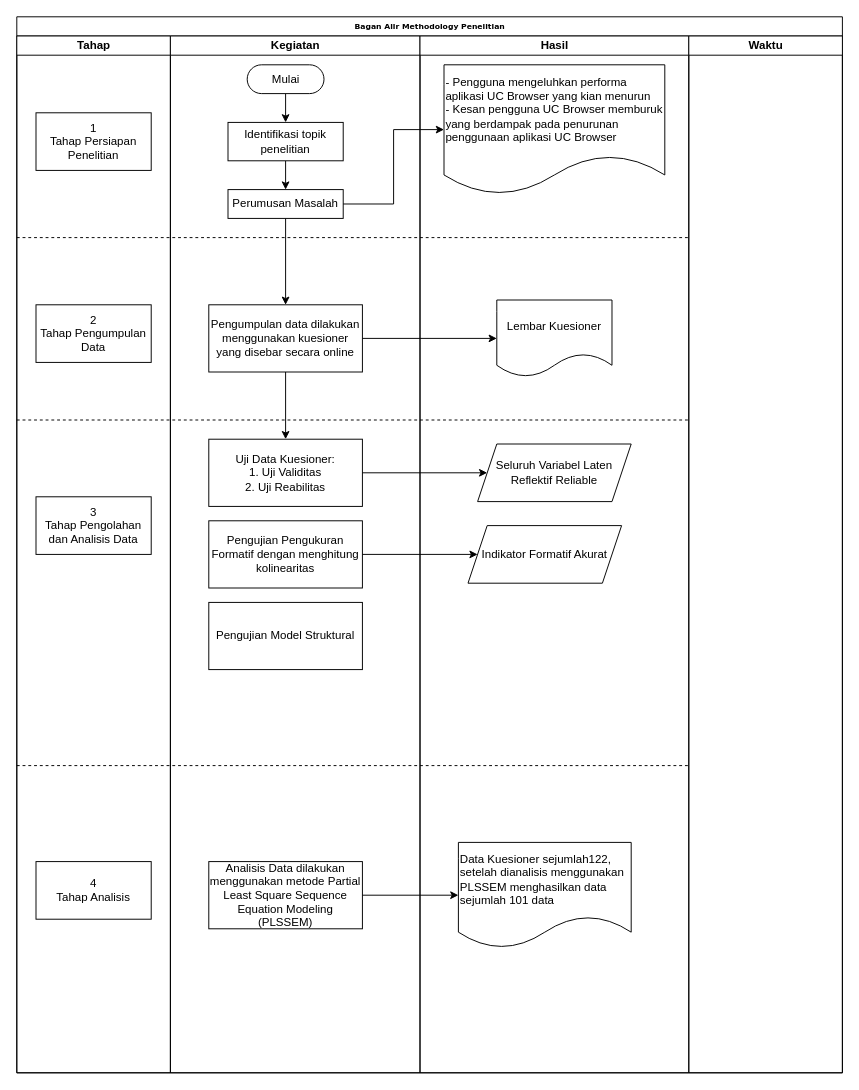
Before: Methodology Penelitian/Untitled Diagram.drawio in dikako/Kuliah, a draw.io diagram. Source tidied: cells renumbered, new cells numbered last; positions are measured from the earlier drawing's top-left corner, leaving out a move shared by most shapes. Both pictures are drawn from the tidied source at 96%, with x=0, y=0 at pixel (16, 16).
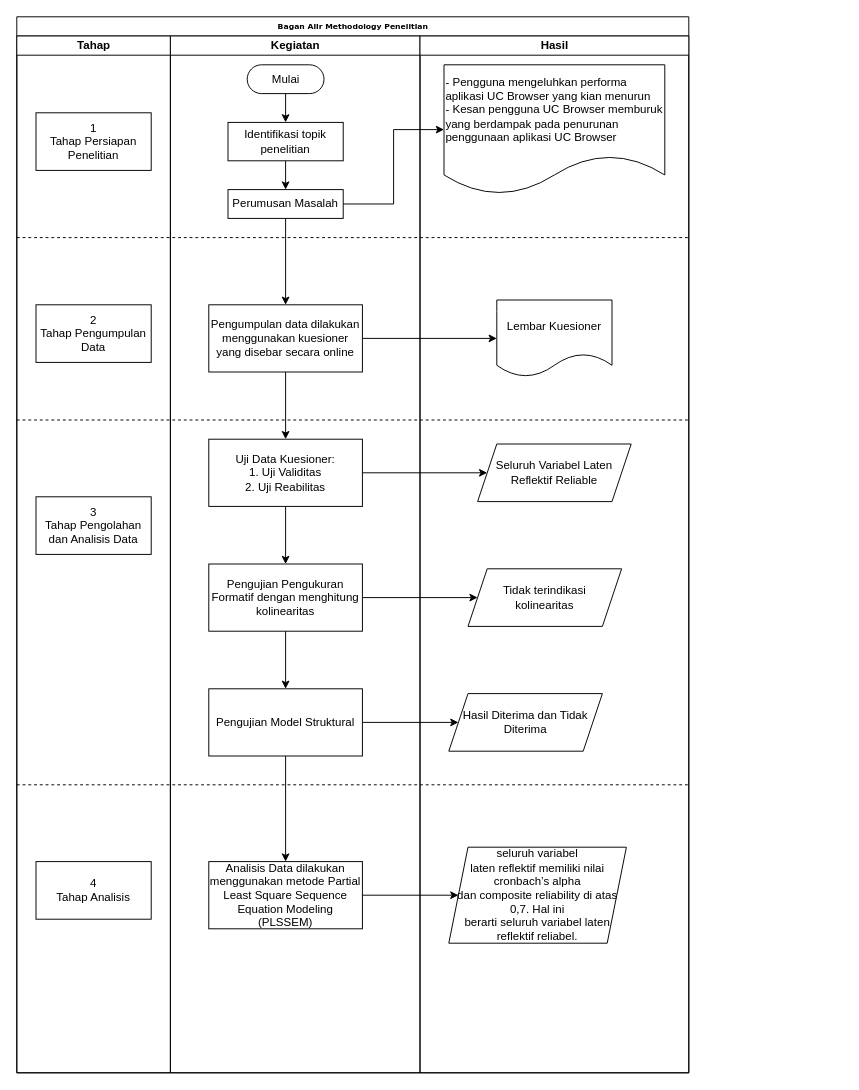
Above is the later version.

Commit message:
Update Full Flowchart

The change refers to these unchanged cells:
```xml
<mxCell id="3" value="Tahap" style="swimlane;html=1;startSize=20;" parent="2" vertex="1">
  <mxGeometry y="20" width="160" height="1080" as="geometry" />
</mxCell>
<mxCell id="8" value="Kegiatan" style="swimlane;html=1;startSize=20;" parent="2" vertex="1">
  <mxGeometry x="160" y="20" width="260" height="1080" as="geometry" />
</mxCell>
<mxCell id="18" value="Analisis Data dilakukan menggunakan metode Partial Least Square Sequence Equation Modeling (PLSSEM)" style="rounded=0;whiteSpace=wrap;html=1;" parent="8" vertex="1">
  <mxGeometry x="40" y="860" width="160" height="70" as="geometry" />
</mxCell>
<mxCell id="20" value="Uji Data Kuesioner:&lt;br&gt;1. Uji Validitas&lt;br&gt;2. Uji Reabilitas" style="rounded=0;whiteSpace=wrap;html=1;" parent="8" vertex="1">
  <mxGeometry x="40" y="420" width="160" height="70" as="geometry" />
</mxCell>
<mxCell id="24" value="Hasil" style="swimlane;html=1;startSize=20;" parent="2" vertex="1">
  <mxGeometry x="420" y="20" width="280" height="1080" as="geometry" />
</mxCell>
```

Diff of the diagram source:
```diff
@@
     <mxCell id="2" value="Bagan Alir Methodology Penelitian" style="swimlane;html=1;startSize=20;rounded=0;shadow=0;labelBackgroundColor=none;strokeWidth=1;fontFamily=Verdana;fontSize=8;align=center;" parent="1" vertex="1">
-      <mxGeometry width="860" height="1100" as="geometry" />
+      <mxGeometry width="700" height="1100" as="geometry" />
     </mxCell>
@@
+    <mxCell id="19" style="endArrow=none;dashed=1;html=1;" parent="3" edge="1">
+      <mxGeometry relative="1" as="geometry">
+        <mxPoint y="780" as="sourcePoint" />
+        <mxPoint x="700" y="780" as="targetPoint" />
+      </mxGeometry>
+    </mxCell>
@@
-    <mxCell id="19" style="endArrow=none;dashed=1;html=1;" parent="8" edge="1">
-      <mxGeometry relative="1" as="geometry">
-        <mxPoint x="-160" y="760" as="sourcePoint" />
-        <mxPoint x="540" y="760" as="targetPoint" />
-      </mxGeometry>
-    </mxCell>
+    <mxCell id="36" style="edgeStyle=orthogonalEdgeStyle;rounded=0;jettySize=auto;html=1;exitX=0.5;exitY=1;exitDx=0;exitDy=0;entryX=0.5;entryY=0;entryDx=0;entryDy=0;" parent="8" edge="1" source="20" target="21">
+      <mxGeometry relative="1" as="geometry" />
+    </mxCell>
@@
+    <mxCell id="37" style="edgeStyle=orthogonalEdgeStyle;rounded=0;jettySize=auto;html=1;exitX=0.5;exitY=1;exitDx=0;exitDy=0;entryX=0.5;entryY=0;entryDx=0;entryDy=0;" parent="8" edge="1" source="21" target="22">
+      <mxGeometry relative="1" as="geometry" />
+    </mxCell>
     <mxCell id="21" value="Pengujian Pengukuran Formatif dengan menghitung kolinearitas" style="rounded=0;whiteSpace=wrap;html=1;" parent="8" vertex="1">
-      <mxGeometry x="40" y="505" width="160" height="70" as="geometry" />
+      <mxGeometry x="40" y="550" width="160" height="70" as="geometry" />
     </mxCell>
+    <mxCell id="38" style="edgeStyle=orthogonalEdgeStyle;rounded=0;jettySize=auto;html=1;exitX=0.5;exitY=1;exitDx=0;exitDy=0;entryX=0.5;entryY=0;entryDx=0;entryDy=0;" parent="8" edge="1" source="22" target="18">
+      <mxGeometry relative="1" as="geometry" />
+    </mxCell>
     <mxCell id="22" value="Pengujian Model Struktural" style="rounded=0;whiteSpace=wrap;html=1;" parent="8" vertex="1">
-      <mxGeometry x="40" y="590" width="160" height="70" as="geometry" />
+      <mxGeometry x="40" y="680" width="160" height="70" as="geometry" />
     </mxCell>
-    <mxCell id="23" style="edgeStyle=orthogonalEdgeStyle;rounded=0;jettySize=auto;html=1;exitX=1;exitY=0.5;exitDx=0;exitDy=0;entryX=0;entryY=0.5;entryDx=0;entryDy=0;" parent="2" edge="1" source="18" target="27">
-      <mxGeometry relative="1" as="geometry" />
-    </mxCell>
@@
-    <mxCell id="27" value="Data Kuesioner sejumlah122, setelah dianalisis menggunakan PLSSEM menghasilkan data sejumlah 101 data" style="shape=document;whiteSpace=wrap;html=1;boundedLbl=1;align=left;" parent="24" vertex="1">
-      <mxGeometry x="40" y="840" width="180" height="110" as="geometry" />
-    </mxCell>
@@
-    <mxCell id="29" value="Indikator Formatif Akurat" style="shape=parallelogram;perimeter=parallelogramPerimeter;whiteSpace=wrap;html=1;fixedSize=1;" parent="24" vertex="1">
-      <mxGeometry x="50" y="510" width="160" height="60" as="geometry" />
-    </mxCell>
-    <mxCell id="30" value="Waktu" style="swimlane;html=1;startSize=20;" parent="2" vertex="1">
-      <mxGeometry x="700" y="20" width="160" height="1080" as="geometry" />
-    </mxCell>
+    <mxCell id="39" value="Tidak terindikasi&lt;br&gt;kolinearitas" style="shape=parallelogram;perimeter=parallelogramPerimeter;whiteSpace=wrap;html=1;fixedSize=1;" parent="24" vertex="1">
+      <mxGeometry x="50" y="555" width="160" height="60" as="geometry" />
+    </mxCell>
+    <mxCell id="40" value="Hasil Diterima dan Tidak Diterima" style="shape=parallelogram;perimeter=parallelogramPerimeter;whiteSpace=wrap;html=1;fixedSize=1;" parent="24" vertex="1">
+      <mxGeometry x="30" y="685" width="160" height="60" as="geometry" />
+    </mxCell>
+    <mxCell id="41" value="seluruh variabel&lt;br/&gt;laten reflektif memiliki nilai cronbach’s alpha&lt;br/&gt;dan composite reliability di atas 0,7. Hal ini&lt;br/&gt;berarti seluruh variabel laten reflektif reliabel." style="shape=parallelogram;perimeter=parallelogramPerimeter;whiteSpace=wrap;html=1;fixedSize=1;" parent="24" vertex="1">
+      <mxGeometry x="30" y="845" width="185" height="100" as="geometry" />
+    </mxCell>
@@
-    <mxCell id="34" style="edgeStyle=orthogonalEdgeStyle;rounded=0;jettySize=auto;html=1;exitX=1;exitY=0.5;exitDx=0;exitDy=0;entryX=0;entryY=0.5;entryDx=0;entryDy=0;" parent="2" edge="1" source="21" target="29">
-      <mxGeometry relative="1" as="geometry" />
-    </mxCell>
+    <mxCell id="42" style="edgeStyle=orthogonalEdgeStyle;rounded=0;jettySize=auto;html=1;exitX=1;exitY=0.5;exitDx=0;exitDy=0;entryX=0;entryY=0.5;entryDx=0;entryDy=0;" parent="2" edge="1" source="21" target="39">
+      <mxGeometry relative="1" as="geometry" />
+    </mxCell>
+    <mxCell id="43" style="edgeStyle=orthogonalEdgeStyle;rounded=0;jettySize=auto;html=1;exitX=1;exitY=0.5;exitDx=0;exitDy=0;" parent="2" edge="1" source="22" target="40">
+      <mxGeometry relative="1" as="geometry" />
+    </mxCell>
+    <mxCell id="44" style="edgeStyle=orthogonalEdgeStyle;rounded=0;jettySize=auto;html=1;exitX=1;exitY=0.5;exitDx=0;exitDy=0;" parent="2" edge="1" source="18" target="41">
+      <mxGeometry relative="1" as="geometry" />
+    </mxCell>
```
